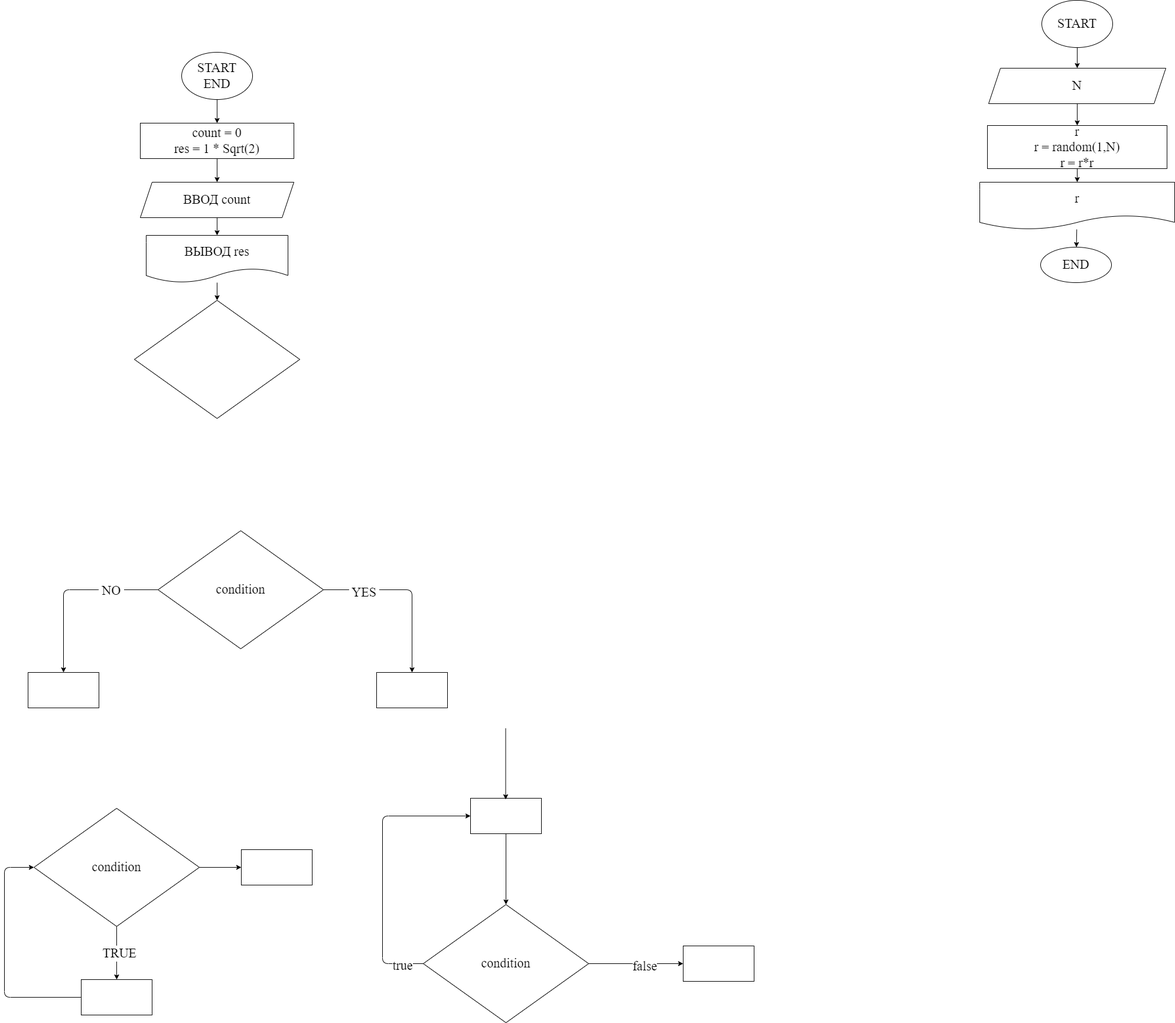
Above: ex000.drawio.png in iksergey/practice_temp (draw.io), before the change. Source tidied: cells renumbered, new cells last; positions are measured from the earlier drawing's top-left corner, leaving out a move shared by most shapes.
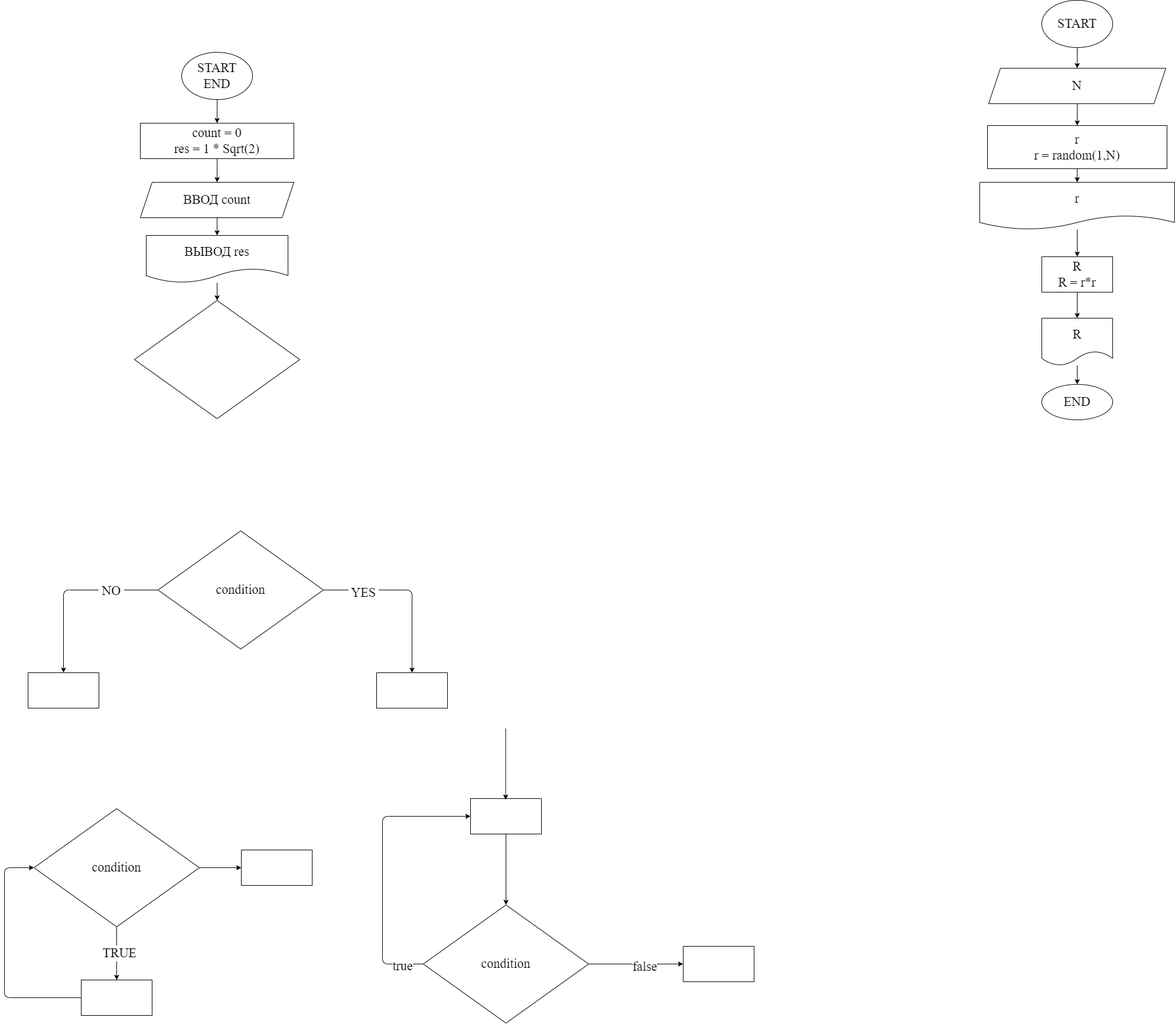
Above is the later version.

Diff of the diagram source:
```diff
@@ -134,17 +134,29 @@
     <mxCell id="38" style="edgeStyle=none;html=1;fontFamily=Fira Code;fontSize=22;" parent="1" edge="1" source="39" target="41">
       <mxGeometry relative="1" as="geometry" />
     </mxCell>
-    <mxCell id="39" value="r&lt;br&gt;r = random(1,N)&lt;br&gt;r = r*r" style="whiteSpace=wrap;html=1;fontSize=22;fontFamily=Fira Code;" parent="1" vertex="1">
+    <mxCell id="39" value="r&lt;br&gt;r = random(1,N)" style="whiteSpace=wrap;html=1;fontSize=22;fontFamily=Fira Code;" parent="1" vertex="1">
       <mxGeometry x="1664" y="212" width="304" height="73" as="geometry" />
     </mxCell>
-    <mxCell id="40" style="edgeStyle=none;html=1;fontFamily=Fira Code;fontSize=22;" parent="1" edge="1" source="41" target="42">
-      <mxGeometry relative="1" as="geometry" />
-    </mxCell>
+    <mxCell id="43" style="edgeStyle=none;html=1;" parent="1" edge="1" source="41" target="40">
+      <mxGeometry relative="1" as="geometry" />
+    </mxCell>
     <mxCell id="41" value="r" style="shape=document;whiteSpace=wrap;html=1;boundedLbl=1;fontSize=22;fontFamily=Fira Code;" parent="1" vertex="1">
       <mxGeometry x="1651" y="308" width="330" height="80" as="geometry" />
     </mxCell>
     <mxCell id="42" value="END" style="ellipse;whiteSpace=wrap;html=1;fontSize=22;fontFamily=Fira Code;" parent="1" vertex="1">
-      <mxGeometry x="1754" y="418" width="120" height="60" as="geometry" />
+      <mxGeometry x="1756" y="650" width="120" height="60" as="geometry" />
     </mxCell>
+    <mxCell id="44" style="edgeStyle=none;html=1;entryX=0.5;entryY=0;entryDx=0;entryDy=0;" parent="1" edge="1" source="40" target="46">
+      <mxGeometry relative="1" as="geometry" />
+    </mxCell>
+    <mxCell id="40" value="R&lt;br&gt;R = r*r" style="whiteSpace=wrap;html=1;fontSize=22;fontFamily=Fira Code;" parent="1" vertex="1">
+      <mxGeometry x="1756" y="434" width="120" height="60" as="geometry" />
+    </mxCell>
+    <mxCell id="45" style="edgeStyle=none;html=1;entryX=0.5;entryY=0;entryDx=0;entryDy=0;" parent="1" edge="1" source="46" target="42">
+      <mxGeometry relative="1" as="geometry" />
+    </mxCell>
+    <mxCell id="46" value="&lt;span style=&quot;font-family: &amp;#34;fira code&amp;#34; ; font-size: 22px&quot;&gt;R&lt;/span&gt;" style="shape=document;whiteSpace=wrap;html=1;boundedLbl=1;" parent="1" vertex="1">
+      <mxGeometry x="1756" y="538" width="120" height="80" as="geometry" />
+    </mxCell>
   </root>
 </mxGraphModel>
```
